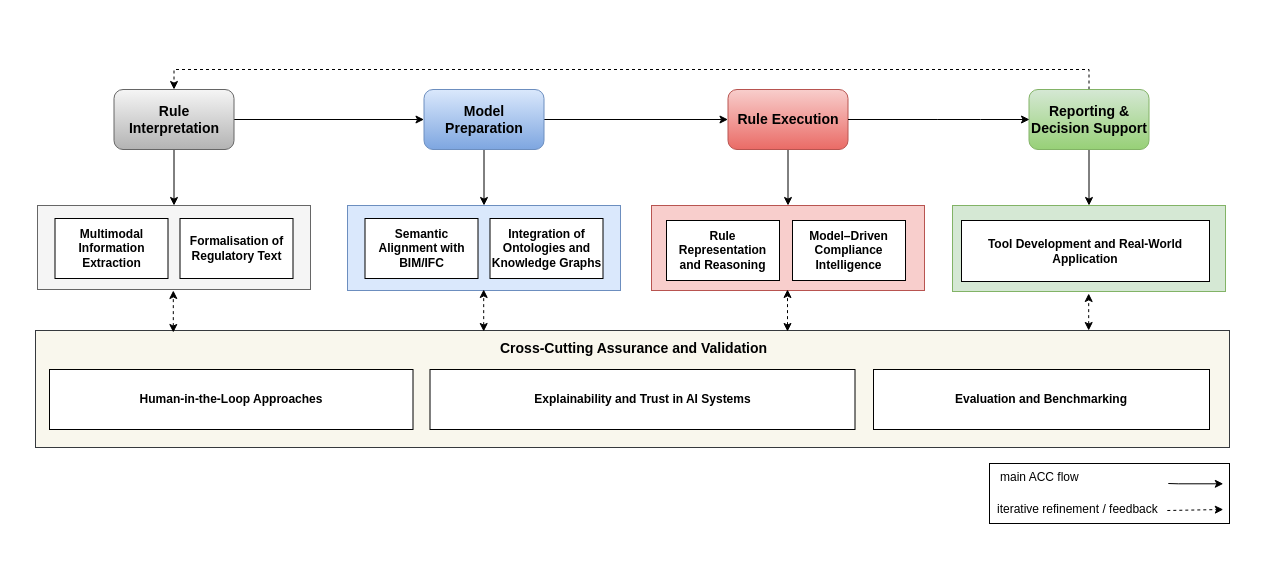
ysenousy/ACC-N-ACE keeps this draw.io diagram as PreThemes.drawio. Above is the earlier version. Source tidied: cells renumbered, new cells numbered last; positions are measured from the earlier drawing's top-left corner, leaving out a move shared by most shapes. Both pictures are drawn from the tidied source at 100%, with x=0, y=0 at pixel (35, 89).
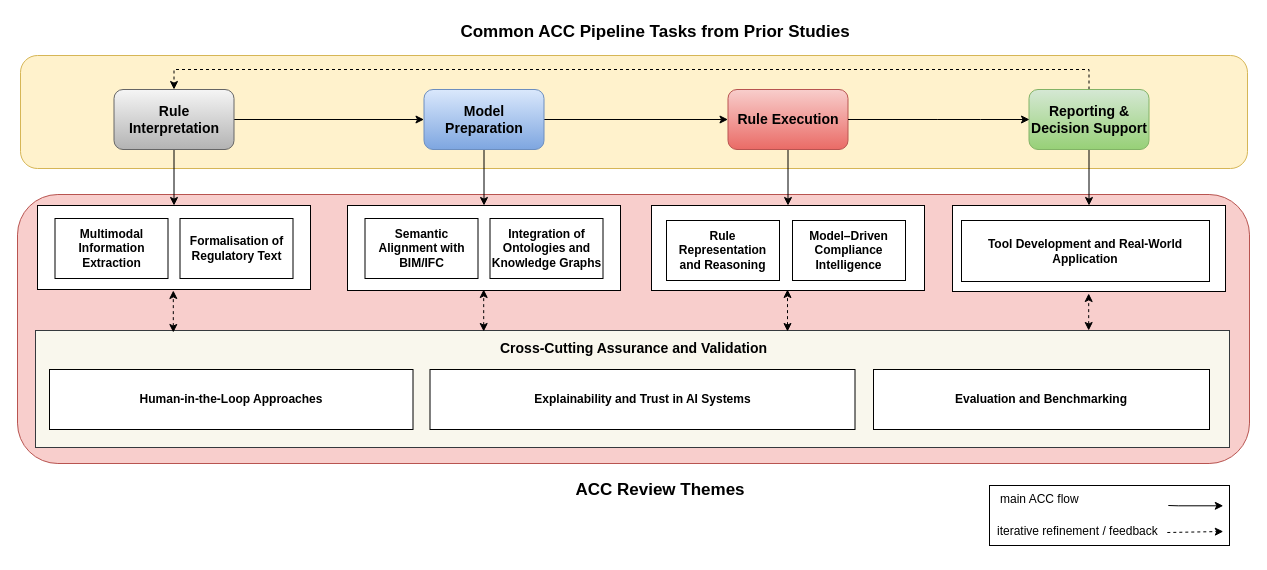
The same page after the edit.

Change to the diagram source:
```diff
@@
+    <mxCell id="39" style="rounded=1;whiteSpace=wrap;html=1;fillColor=#f8cecc;strokeColor=#b85450;fillStyle=auto;" parent="1" vertex="1">
+      <mxGeometry x="-18" y="105" width="1232" height="269" as="geometry" />
+    </mxCell>
+    <mxCell id="40" style="rounded=1;whiteSpace=wrap;html=1;fillColor=#fff2cc;strokeColor=#d6b656;fillStyle=auto;" parent="1" vertex="1">
+      <mxGeometry x="-15" y="-34" width="1227" height="113" as="geometry" />
+    </mxCell>
@@
-    <mxCell id="13" style="rounded=0;whiteSpace=wrap;html=1;fillColor=#f5f5f5;fontColor=#333333;strokeColor=#666666;" parent="1" vertex="1">
+    <mxCell id="13" style="rounded=0;whiteSpace=wrap;html=1;" parent="1" vertex="1">
       <mxGeometry x="2" y="116" width="273" height="84" as="geometry" />
     </mxCell>
@@
-    <mxCell id="15" style="rounded=0;whiteSpace=wrap;html=1;fillColor=#dae8fc;strokeColor=#6c8ebf;" parent="1" vertex="1">
+    <mxCell id="15" style="rounded=0;whiteSpace=wrap;html=1;" parent="1" vertex="1">
       <mxGeometry x="312" y="116" width="273" height="85" as="geometry" />
     </mxCell>
@@
-    <mxCell id="17" style="rounded=0;whiteSpace=wrap;html=1;fillColor=#d5e8d4;strokeColor=#82b366;" parent="1" vertex="1">
+    <mxCell id="17" style="rounded=0;whiteSpace=wrap;html=1;" parent="1" vertex="1">
       <mxGeometry x="917" y="116" width="273" height="86" as="geometry" />
     </mxCell>
-    <mxCell id="18" style="rounded=0;whiteSpace=wrap;html=1;fillColor=#f8cecc;strokeColor=#b85450;" parent="1" vertex="1">
+    <mxCell id="18" style="rounded=0;whiteSpace=wrap;html=1;" parent="1" vertex="1">
       <mxGeometry x="616" y="116" width="273" height="85" as="geometry" />
     </mxCell>
@@
     <mxCell id="26" style="rounded=0;whiteSpace=wrap;html=1;" parent="1" vertex="1">
-      <mxGeometry x="954" y="374" width="240" height="60" as="geometry" />
+      <mxGeometry x="954" y="396" width="240" height="60" as="geometry" />
     </mxCell>
     <mxCell id="27" style="endArrow=classic;html=1;rounded=0;" parent="1" edge="1">
       <mxGeometry relative="1" as="geometry">
-        <mxPoint x="1132.8" y="394" as="sourcePoint" />
-        <mxPoint x="1187.8" y="394.3" as="targetPoint" />
+        <mxPoint x="1132.8" y="416" as="sourcePoint" />
+        <mxPoint x="1187.8" y="416.3" as="targetPoint" />
         <Array as="points">
-          <mxPoint x="1142.8" y="394.3" />
+          <mxPoint x="1142.8" y="416.3" />
         </Array>
       </mxGeometry>
     </mxCell>
     <mxCell id="28" style="endArrow=classic;html=1;rounded=0;dashed=1;" parent="1" edge="1">
       <mxGeometry relative="1" as="geometry">
-        <mxPoint x="1131.8" y="421" as="sourcePoint" />
-        <mxPoint x="1187.8" y="420" as="targetPoint" />
+        <mxPoint x="1131.8" y="443" as="sourcePoint" />
+        <mxPoint x="1187.8" y="442" as="targetPoint" />
       </mxGeometry>
     </mxCell>
     <mxCell id="29" value="main ACC flow" style="text;whiteSpace=wrap;html=1;" parent="1" vertex="1">
-      <mxGeometry x="962.5" y="374" width="107" height="36" as="geometry" />
+      <mxGeometry x="962.5" y="396" width="107" height="36" as="geometry" />
     </mxCell>
     <mxCell id="30" value="iterative refinement / feedback" style="text;whiteSpace=wrap;html=1;" parent="1" vertex="1">
-      <mxGeometry x="960.2" y="406" width="165.4" height="36" as="geometry" />
+      <mxGeometry x="960.2" y="428" width="165.4" height="36" as="geometry" />
     </mxCell>
@@
+    <mxCell id="41" value="&lt;b&gt;&lt;font style=&quot;font-size: 17px;&quot;&gt;Common ACC Pipeline Tasks from Prior Studies&lt;/font&gt;&lt;/b&gt;" style="text;html=1;whiteSpace=wrap;strokeColor=none;fillColor=none;align=center;verticalAlign=middle;rounded=0;" parent="1" vertex="1">
+      <mxGeometry x="419.5" y="-72" width="400" height="30" as="geometry" />
+    </mxCell>
+    <mxCell id="42" value="&lt;b&gt;&lt;font style=&quot;font-size: 17px;&quot;&gt;ACC Review Themes&lt;/font&gt;&lt;/b&gt;" style="text;html=1;whiteSpace=wrap;strokeColor=none;fillColor=none;align=center;verticalAlign=middle;rounded=0;" parent="1" vertex="1">
+      <mxGeometry x="425" y="386" width="400" height="30" as="geometry" />
+    </mxCell>
```
